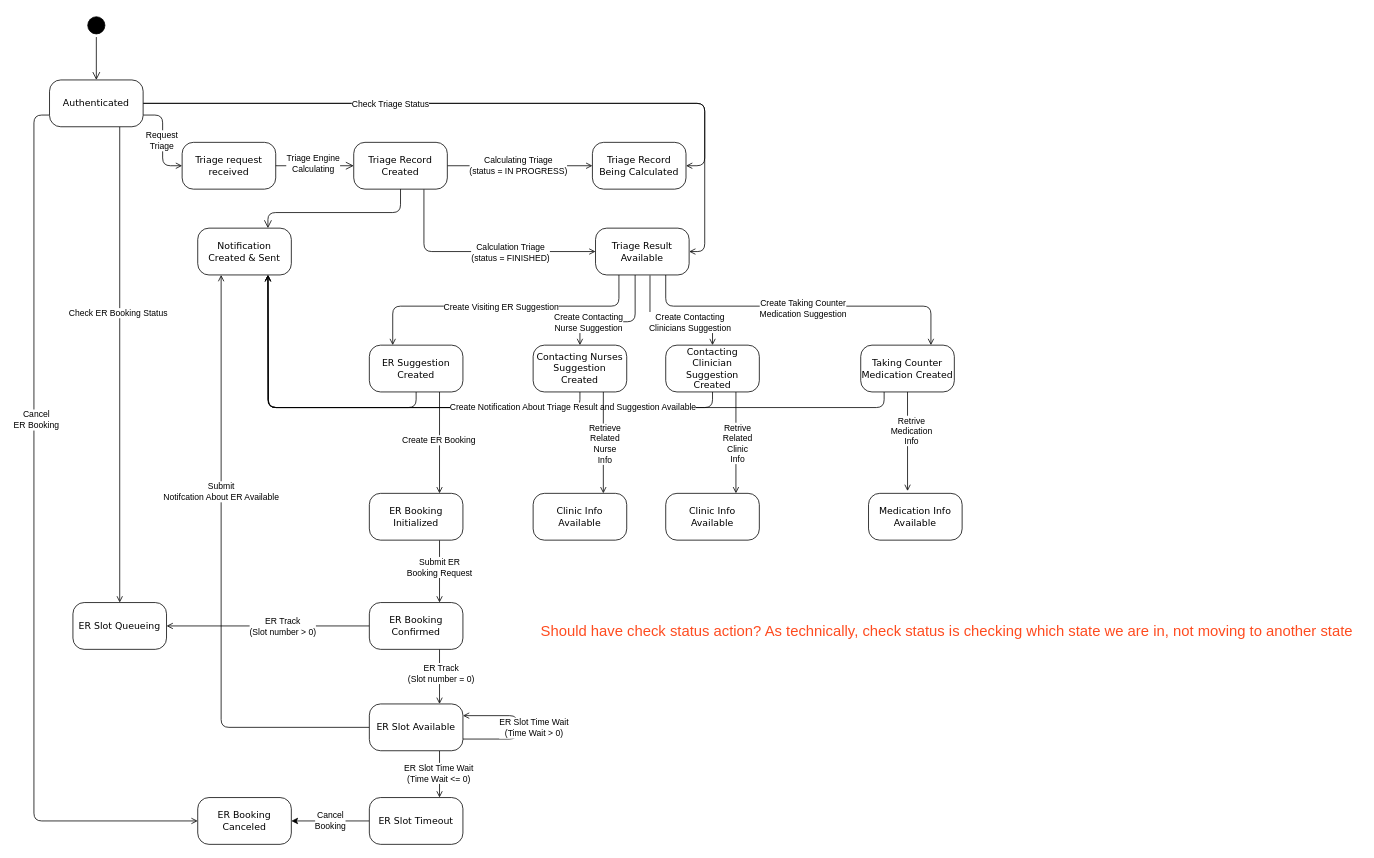
Above: Diagrams/state_diagram_health_svc.drawio in uvic-teach/project-m1-team8 (draw.io), before the change. Source tidied: cells renumbered, new cells numbered last; positions are measured from the earlier drawing's top-left corner, leaving out a move shared by most shapes. Both pictures are drawn from the tidied source at 78%, with x=0, y=0 at pixel (49, 13).
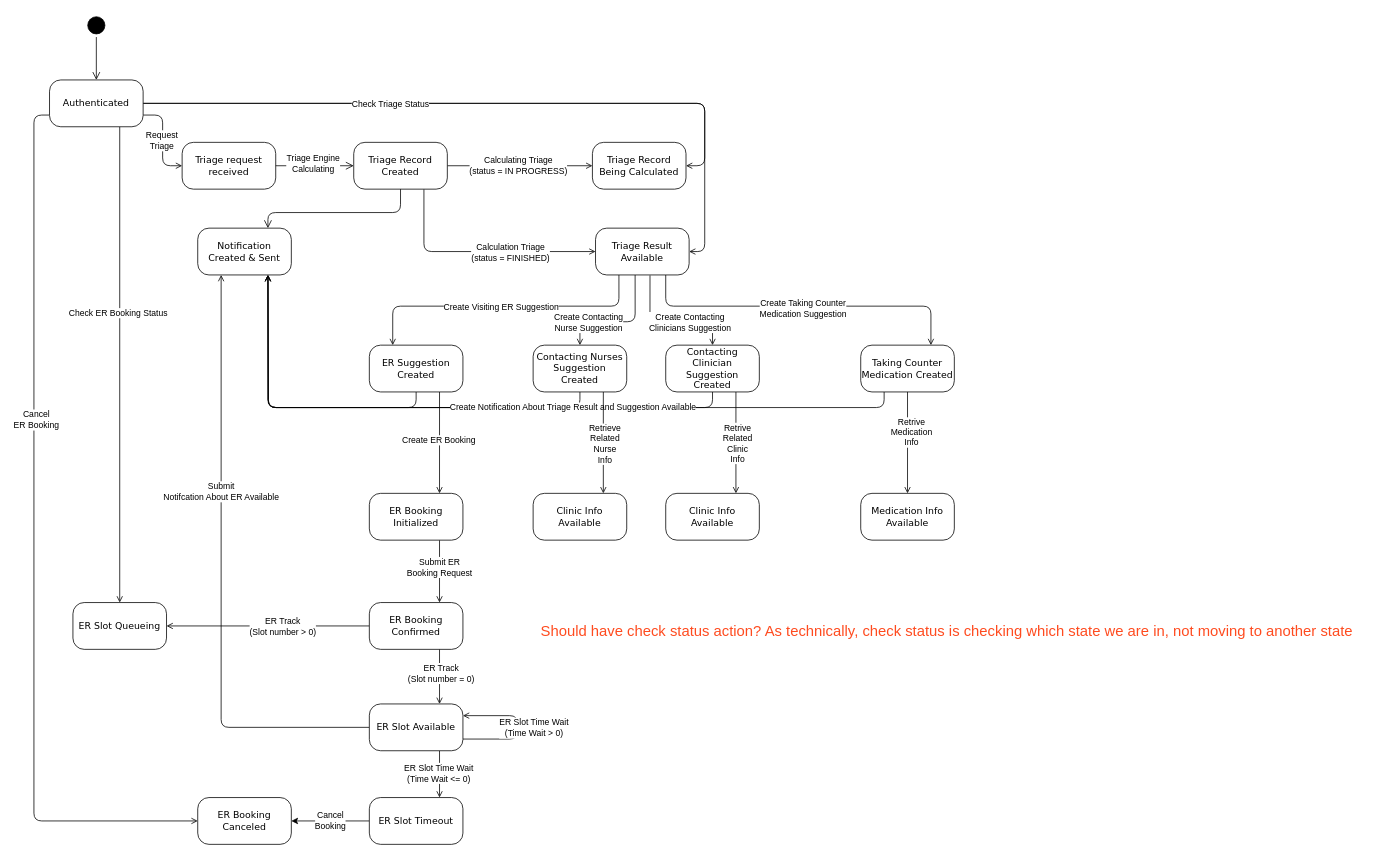
The same diagram, later.

Unchanged cells that the change refers to:
```xml
<mxCell id="42" value="Taking Counter Medication Created" style="rounded=1;whiteSpace=wrap;html=1;arcSize=24;shadow=0;comic=0;labelBackgroundColor=none;fontFamily=Verdana;fontSize=12;align=center;" parent="1" vertex="1">
  <mxGeometry x="1040" y="425" width="120" height="60" as="geometry" />
</mxCell>
```

What changed in the source:
```diff
@@
     <mxCell id="48" value="&lt;div&gt;Medication Info&lt;/div&gt;&lt;div&gt;Available&lt;br&gt;&lt;/div&gt;" style="rounded=1;whiteSpace=wrap;html=1;arcSize=24;shadow=0;comic=0;labelBackgroundColor=none;fontFamily=Verdana;fontSize=12;align=center;" parent="1" vertex="1">
-      <mxGeometry x="1050" y="615" width="120" height="60" as="geometry" />
+      <mxGeometry x="1040" y="615" width="120" height="60" as="geometry" />
     </mxCell>
-    <mxCell id="49" style="edgeStyle=orthogonalEdgeStyle;rounded=1;jettySize=auto;html=1;exitX=0.5;exitY=1;exitDx=0;exitDy=0;entryX=0.417;entryY=-0.05;entryDx=0;entryDy=0;entryPerimeter=0;endArrow=open;endFill=0;" parent="1" edge="1" source="42" target="48">
+    <mxCell id="49" style="edgeStyle=orthogonalEdgeStyle;rounded=1;jettySize=auto;html=1;exitX=0.5;exitY=1;exitDx=0;exitDy=0;entryX=0.5;entryY=0;entryDx=0;entryDy=0;endArrow=open;endFill=0;" parent="1" edge="1" source="42" target="48">
       <mxGeometry relative="1" as="geometry" />
     </mxCell>
```
